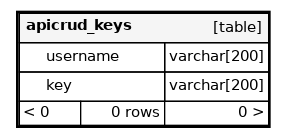
Above: source/documentacion_db/diagrams/orphans/apicrud_keys.1degree.png in Bioacustica/Ecoacoustic_bank (Graphviz), before the change. Its source is kept beside it as source/documentacion_db/diagrams/orphans/apicrud_keys.1degree.dot.
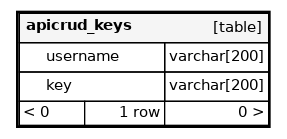
Above is the later version.

Change to the diagram source:
```diff
@@ -22,7 +22,7 @@
       <TR><TD COLSPAN="4"  BGCOLOR="#f5f5f5"><TABLE BORDER="0" CELLSPACING="0"><TR><TD ALIGN="LEFT"><B>apicrud_keys</B></TD><TD ALIGN="RIGHT">[table]</TD></TR></TABLE></TD></TR>
       <TR><TD PORT="username" COLSPAN="2" ALIGN="LEFT"><TABLE BORDER="0" CELLSPACING="0" ALIGN="LEFT"><TR ALIGN="LEFT"><TD ALIGN="LEFT" FIXEDSIZE="TRUE" WIDTH="15" HEIGHT="16"></TD><TD ALIGN="LEFT" FIXEDSIZE="TRUE" WIDTH="88" HEIGHT="16">username</TD></TR></TABLE></TD><TD PORT="username.type" ALIGN="LEFT">varchar[200]</TD></TR>
       <TR><TD PORT="key" COLSPAN="2" ALIGN="LEFT"><TABLE BORDER="0" CELLSPACING="0" ALIGN="LEFT"><TR ALIGN="LEFT"><TD ALIGN="LEFT" FIXEDSIZE="TRUE" WIDTH="15" HEIGHT="16"></TD><TD ALIGN="LEFT" FIXEDSIZE="TRUE" WIDTH="88" HEIGHT="16">key</TD></TR></TABLE></TD><TD PORT="key.type" ALIGN="LEFT">varchar[200]</TD></TR>
-      <TR><TD ALIGN="LEFT" BGCOLOR="#ffffff">&lt; 0</TD><TD ALIGN="RIGHT" BGCOLOR="#ffffff">0 rows</TD><TD ALIGN="RIGHT" BGCOLOR="#ffffff">0 &gt;</TD></TR>
+      <TR><TD ALIGN="LEFT" BGCOLOR="#ffffff">&lt; 0</TD><TD ALIGN="RIGHT" BGCOLOR="#ffffff">1 row</TD><TD ALIGN="RIGHT" BGCOLOR="#ffffff">0 &gt;</TD></TR>
     </TABLE>>
     URL="tables/apicrud_keys.html"
     target="_top"
```
